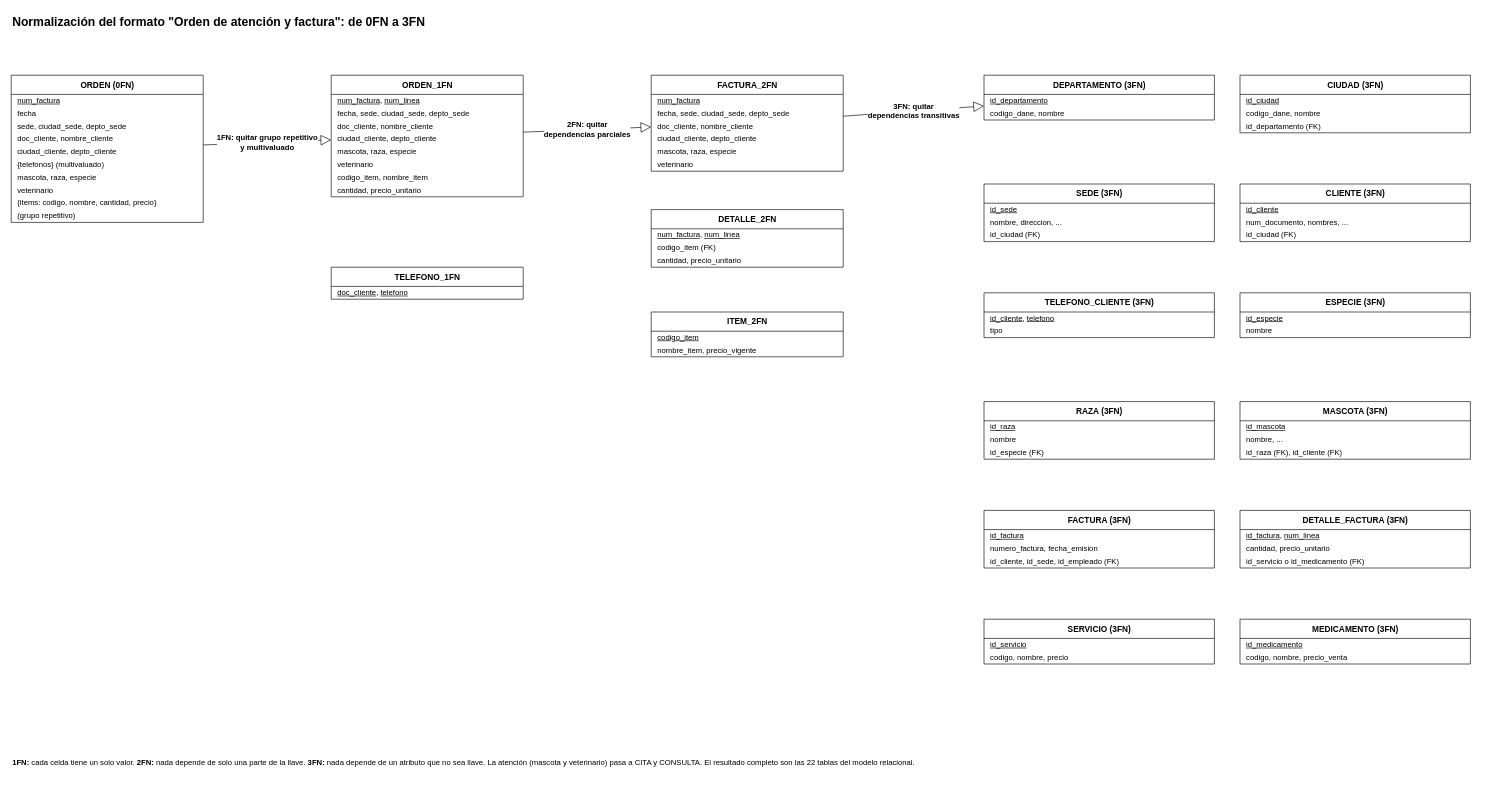
Above: documentos/fase1/diagramas_drawio/27_Normalizacion.drawio in Estarlan/proyecto-bd1-sigevet (draw.io), before the change. Source tidied: cells renumbered, new cells numbered last; positions are measured from the earlier drawing's top-left corner, leaving out a move shared by most shapes. Both pictures are drawn from the tidied source at 64%, with x=0, y=0 at pixel (11, 11).
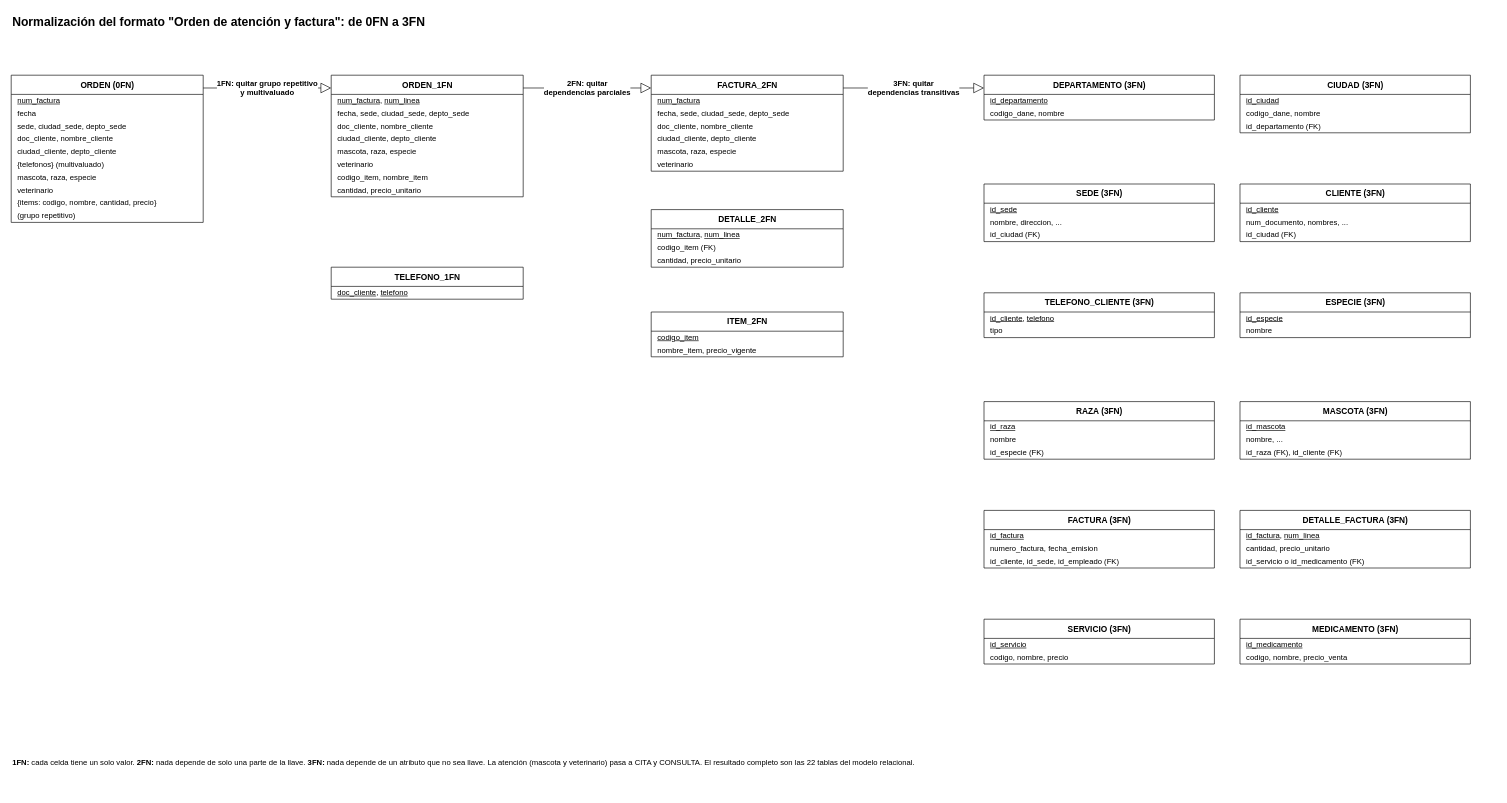
Above is the later version.

The change refers to these unchanged cells:
```xml
<mxCell id="3" value="ORDEN (0FN)" style="swimlane;fontStyle=1;horizontal=1;startSize=30;html=1;fillColor=none;swimlaneFillColor=none;fontSize=13;" parent="1" vertex="1">
  <mxGeometry y="100" width="300" height="230" as="geometry" />
</mxCell>
<mxCell id="14" value="ORDEN_1FN" style="swimlane;fontStyle=1;horizontal=1;startSize=30;html=1;fillColor=none;swimlaneFillColor=none;fontSize=13;" parent="1" vertex="1">
  <mxGeometry x="500" y="100" width="300" height="190" as="geometry" />
</mxCell>
<mxCell id="25" value="FACTURA_2FN" style="swimlane;fontStyle=1;horizontal=1;startSize=30;html=1;fillColor=none;swimlaneFillColor=none;fontSize=13;" parent="1" vertex="1">
  <mxGeometry x="1000" y="100" width="300" height="150" as="geometry" />
</mxCell>
<mxCell id="41" value="DEPARTAMENTO (3FN)" style="swimlane;fontStyle=1;horizontal=1;startSize=30;html=1;fillColor=none;swimlaneFillColor=none;fontSize=13;" parent="1" vertex="1">
  <mxGeometry x="1520" y="100" width="360" height="70" as="geometry" />
</mxCell>
```

Change to the diagram source:
```diff
@@
-    <mxCell id="39" value="1FN: quitar grupo repetitivo&lt;br&gt;y multivaluado" style="html=1;endArrow=none;fontSize=12;labelBackgroundColor=default;endArrow=block;endFill=0;endSize=14;fontSize=12;fontStyle=1;jumpStyle=arc;jumpSize=10;" parent="1" edge="1" source="3" target="14">
-      <mxGeometry relative="1" as="geometry" />
+    <mxCell id="39" value="1FN: quitar grupo repetitivo&lt;br&gt;y multivaluado" style="html=1;endArrow=none;fontSize=12;labelBackgroundColor=default;endArrow=block;endFill=0;endSize=14;fontSize=12;fontStyle=1;jumpStyle=gap;jumpSize=8;edgeStyle=none;rounded=0;exitX=1.00000000;exitY=0.08695652;exitPerimeter=0;entryX=0.00000000;entryY=0.10526316;entryPerimeter=0;" parent="1" edge="1" source="3" target="14">
+      <mxGeometry relative="1" as="geometry">
+        <Array as="points">
+          <mxPoint x="320" y="120" />
+          <mxPoint x="480" y="120" />
+        </Array>
+      </mxGeometry>
     </mxCell>
-    <mxCell id="40" value="2FN: quitar&lt;br&gt;dependencias parciales" style="html=1;endArrow=none;fontSize=12;labelBackgroundColor=default;endArrow=block;endFill=0;endSize=14;fontSize=12;fontStyle=1;jumpStyle=arc;jumpSize=10;" parent="1" edge="1" source="14" target="25">
-      <mxGeometry relative="1" as="geometry" />
+    <mxCell id="40" value="2FN: quitar&lt;br&gt;dependencias parciales" style="html=1;endArrow=none;fontSize=12;labelBackgroundColor=default;endArrow=block;endFill=0;endSize=14;fontSize=12;fontStyle=1;jumpStyle=gap;jumpSize=8;edgeStyle=none;rounded=0;exitX=1.00000000;exitY=0.10526316;exitPerimeter=0;entryX=0.00000000;entryY=0.13333333;entryPerimeter=0;" parent="1" edge="1" source="14" target="25">
+      <mxGeometry relative="1" as="geometry">
+        <Array as="points">
+          <mxPoint x="820" y="120" />
+          <mxPoint x="980" y="120" />
+        </Array>
+      </mxGeometry>
     </mxCell>
@@
-    <mxCell id="84" value="3FN: quitar&lt;br&gt;dependencias transitivas" style="html=1;endArrow=none;fontSize=12;labelBackgroundColor=default;endArrow=block;endFill=0;endSize=14;fontSize=12;fontStyle=1;jumpStyle=arc;jumpSize=10;" parent="1" edge="1" source="25" target="41">
-      <mxGeometry relative="1" as="geometry" />
+    <mxCell id="84" value="3FN: quitar&lt;br&gt;dependencias transitivas" style="html=1;endArrow=none;fontSize=12;labelBackgroundColor=default;endArrow=block;endFill=0;endSize=14;fontSize=12;fontStyle=1;jumpStyle=gap;jumpSize=8;edgeStyle=none;rounded=0;exitX=1.00000000;exitY=0.13333333;exitPerimeter=0;entryX=0.00000000;entryY=0.28571429;entryPerimeter=0;" parent="1" edge="1" source="25" target="41">
+      <mxGeometry relative="1" as="geometry">
+        <Array as="points">
+          <mxPoint x="1320" y="120" />
+          <mxPoint x="1500" y="120" />
+        </Array>
+      </mxGeometry>
     </mxCell>
```
